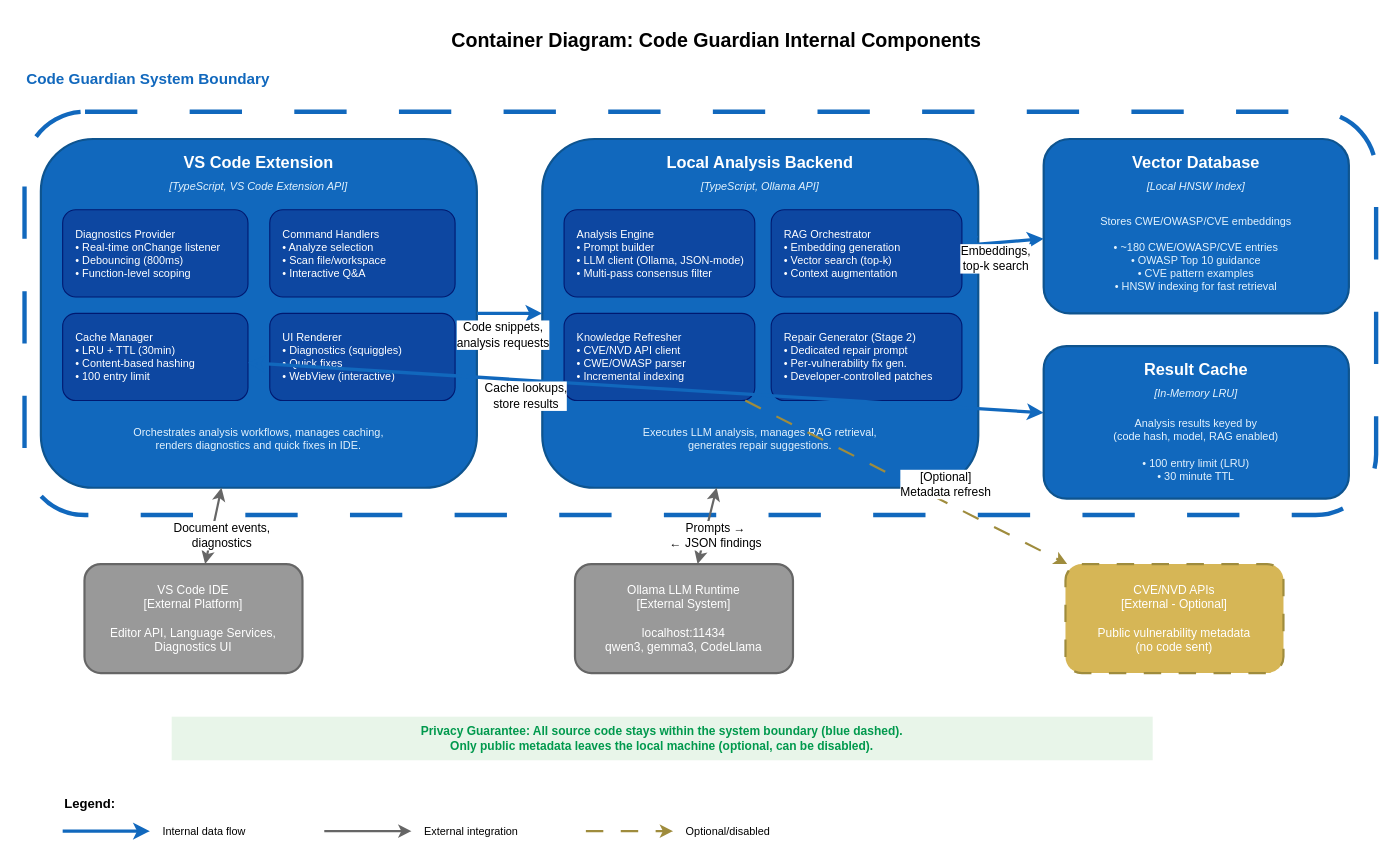
mdhafizur/tuc-master-thesis keeps this draw.io diagram as code-guardian-thesis-report/images/c4_container.drawio. Above is the earlier version. Source tidied: cells renumbered, new cells numbered last; positions are measured from the earlier drawing's top-left corner, leaving out a move shared by most shapes. Both pictures are drawn from the tidied source at 109%, with x=0, y=0 at pixel (24, 19).
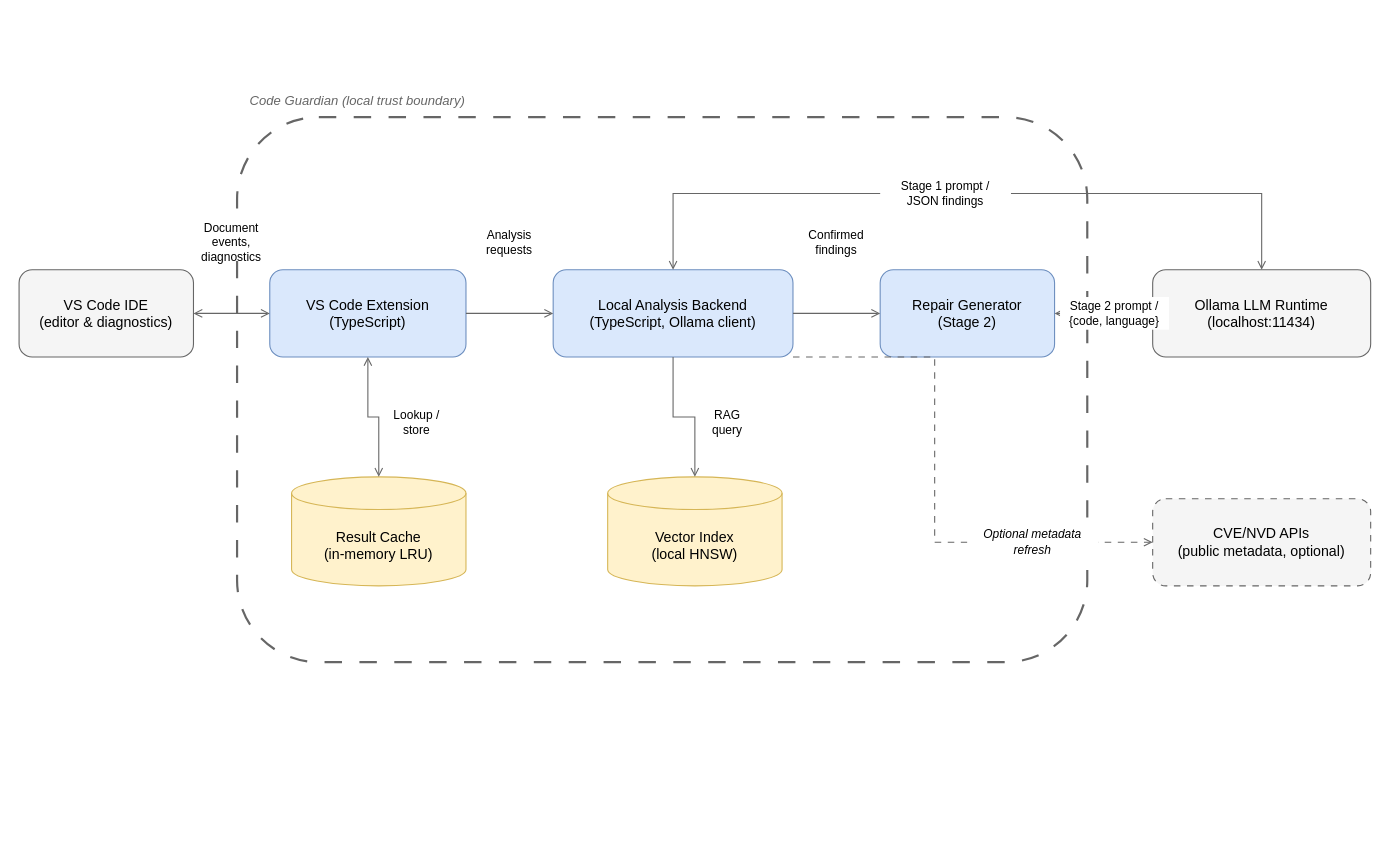
The same page after the edit.

Change to the diagram source:
```diff
@@
-    <mxCell id="2" value="Container Diagram: Code Guardian Internal Components" style="text;html=1;strokeColor=none;fillColor=none;align=center;verticalAlign=middle;whiteSpace=wrap;fontSize=18;fontStyle=1;" parent="1" vertex="1">
-      <mxGeometry x="335" width="600" height="40" as="geometry" />
-    </mxCell>
-    <mxCell id="3" style="rounded=1;whiteSpace=wrap;html=1;fillColor=none;strokeColor=#1168bd;strokeWidth=4;dashed=1;dashPattern=12 12;" parent="1" vertex="1">
-      <mxGeometry y="85" width="1240" height="370" as="geometry" />
-    </mxCell>
-    <mxCell id="4" value="Code Guardian System Boundary" style="text;html=1;strokeColor=none;fillColor=none;align=left;verticalAlign=top;whiteSpace=wrap;fontSize=14;fontStyle=1;fontColor=#1168bd;" parent="1" vertex="1">
-      <mxGeometry y="40" width="300" height="30" as="geometry" />
-    </mxCell>
-    <mxCell id="5" style="rounded=1;whiteSpace=wrap;html=1;fillColor=#1168bd;strokeColor=#0e548f;strokeWidth=2;" parent="1" vertex="1">
-      <mxGeometry x="15" y="110" width="400" height="320" as="geometry" />
-    </mxCell>
-    <mxCell id="6" value="VS Code Extension" style="text;html=1;strokeColor=none;fillColor=none;align=center;verticalAlign=middle;whiteSpace=wrap;fontSize=15;fontStyle=1;fontColor=#FFFFFF;" parent="1" vertex="1">
-      <mxGeometry x="15" y="118" width="400" height="25" as="geometry" />
-    </mxCell>
-    <mxCell id="7" value="[TypeScript, VS Code Extension API]" style="text;html=1;strokeColor=none;fillColor=none;align=center;verticalAlign=middle;whiteSpace=wrap;fontSize=10;fontStyle=2;fontColor=#E3F2FD;" parent="1" vertex="1">
-      <mxGeometry x="15" y="143" width="400" height="20" as="geometry" />
-    </mxCell>
-    <mxCell id="8" value="Diagnostics Provider&#10;• Real-time onChange listener&#10;• Debouncing (800ms)&#10;• Function-level scoping" style="rounded=1;whiteSpace=wrap;html=1;fillColor=#0d47a1;strokeColor=#001970;align=left;spacingLeft=10;fontColor=#FFFFFF;fontSize=10;" parent="1" vertex="1">
-      <mxGeometry x="35" y="175" width="170" height="80" as="geometry" />
-    </mxCell>
-    <mxCell id="9" value="Command Handlers&#10;• Analyze selection&#10;• Scan file/workspace&#10;• Interactive Q&amp;A" style="rounded=1;whiteSpace=wrap;html=1;fillColor=#0d47a1;strokeColor=#001970;align=left;spacingLeft=10;fontColor=#FFFFFF;fontSize=10;" parent="1" vertex="1">
-      <mxGeometry x="225" y="175" width="170" height="80" as="geometry" />
-    </mxCell>
-    <mxCell id="10" value="Cache Manager&#10;• LRU + TTL (30min)&#10;• Content-based hashing&#10;• 100 entry limit" style="rounded=1;whiteSpace=wrap;html=1;fillColor=#0d47a1;strokeColor=#001970;align=left;spacingLeft=10;fontColor=#FFFFFF;fontSize=10;" parent="1" vertex="1">
-      <mxGeometry x="35" y="270" width="170" height="80" as="geometry" />
-    </mxCell>
-    <mxCell id="11" value="UI Renderer&#10;• Diagnostics (squiggles)&#10;• Quick fixes&#10;• WebView (interactive)" style="rounded=1;whiteSpace=wrap;html=1;fillColor=#0d47a1;strokeColor=#001970;align=left;spacingLeft=10;fontColor=#FFFFFF;fontSize=10;" parent="1" vertex="1">
-      <mxGeometry x="225" y="270" width="170" height="80" as="geometry" />
-    </mxCell>
-    <mxCell id="12" value="Orchestrates analysis workflows, manages caching,&#10;renders diagnostics and quick fixes in IDE." style="text;html=1;strokeColor=none;fillColor=none;align=center;verticalAlign=middle;whiteSpace=wrap;fontSize=10;fontColor=#E3F2FD;" parent="1" vertex="1">
-      <mxGeometry x="25" y="365" width="380" height="40" as="geometry" />
-    </mxCell>
-    <mxCell id="13" style="rounded=1;whiteSpace=wrap;html=1;fillColor=#1168bd;strokeColor=#0e548f;strokeWidth=2;" parent="1" vertex="1">
-      <mxGeometry x="475" y="110" width="400" height="320" as="geometry" />
-    </mxCell>
-    <mxCell id="14" value="Local Analysis Backend" style="text;html=1;strokeColor=none;fillColor=none;align=center;verticalAlign=middle;whiteSpace=wrap;fontSize=15;fontStyle=1;fontColor=#FFFFFF;" parent="1" vertex="1">
-      <mxGeometry x="475" y="118" width="400" height="25" as="geometry" />
-    </mxCell>
-    <mxCell id="15" value="[TypeScript, Ollama API]" style="text;html=1;strokeColor=none;fillColor=none;align=center;verticalAlign=middle;whiteSpace=wrap;fontSize=10;fontStyle=2;fontColor=#E3F2FD;" parent="1" vertex="1">
-      <mxGeometry x="475" y="143" width="400" height="20" as="geometry" />
-    </mxCell>
-    <mxCell id="16" value="Analysis Engine&#10;• Prompt builder&#10;• LLM client (Ollama, JSON-mode)&#10;• Multi-pass consensus filter" style="rounded=1;whiteSpace=wrap;html=1;fillColor=#0d47a1;strokeColor=#001970;align=left;spacingLeft=10;fontColor=#FFFFFF;fontSize=10;" parent="1" vertex="1">
-      <mxGeometry x="495" y="175" width="175" height="80" as="geometry" />
-    </mxCell>
-    <mxCell id="17" value="RAG Orchestrator&#10;• Embedding generation&#10;• Vector search (top-k)&#10;• Context augmentation" style="rounded=1;whiteSpace=wrap;html=1;fillColor=#0d47a1;strokeColor=#001970;align=left;spacingLeft=10;fontColor=#FFFFFF;fontSize=10;" parent="1" vertex="1">
-      <mxGeometry x="685" y="175" width="175" height="80" as="geometry" />
-    </mxCell>
-    <mxCell id="18" value="Knowledge Refresher&#10;• CVE/NVD API client&#10;• CWE/OWASP parser&#10;• Incremental indexing" style="rounded=1;whiteSpace=wrap;html=1;fillColor=#0d47a1;strokeColor=#001970;align=left;spacingLeft=10;fontColor=#FFFFFF;fontSize=10;" parent="1" vertex="1">
-      <mxGeometry x="495" y="270" width="175" height="80" as="geometry" />
-    </mxCell>
-    <mxCell id="19" value="Repair Generator (Stage 2)&#10;• Dedicated repair prompt&#10;• Per-vulnerability fix gen.&#10;• Developer-controlled patches" style="rounded=1;whiteSpace=wrap;html=1;fillColor=#0d47a1;strokeColor=#001970;align=left;spacingLeft=10;fontColor=#FFFFFF;fontSize=10;" parent="1" vertex="1">
-      <mxGeometry x="685" y="270" width="175" height="80" as="geometry" />
-    </mxCell>
-    <mxCell id="20" value="Executes LLM analysis, manages RAG retrieval,&#10;generates repair suggestions." style="text;html=1;strokeColor=none;fillColor=none;align=center;verticalAlign=middle;whiteSpace=wrap;fontSize=10;fontColor=#E3F2FD;" parent="1" vertex="1">
-      <mxGeometry x="485" y="365" width="380" height="40" as="geometry" />
-    </mxCell>
-    <mxCell id="21" style="rounded=1;whiteSpace=wrap;html=1;fillColor=#1168bd;strokeColor=#0e548f;strokeWidth=2;" parent="1" vertex="1">
-      <mxGeometry x="935" y="110" width="280" height="160" as="geometry" />
-    </mxCell>
-    <mxCell id="22" value="Vector Database" style="text;html=1;strokeColor=none;fillColor=none;align=center;verticalAlign=middle;whiteSpace=wrap;fontSize=15;fontStyle=1;fontColor=#FFFFFF;" parent="1" vertex="1">
-      <mxGeometry x="935" y="118" width="280" height="25" as="geometry" />
-    </mxCell>
-    <mxCell id="23" value="[Local HNSW Index]" style="text;html=1;strokeColor=none;fillColor=none;align=center;verticalAlign=middle;whiteSpace=wrap;fontSize=10;fontStyle=2;fontColor=#E3F2FD;" parent="1" vertex="1">
-      <mxGeometry x="935" y="143" width="280" height="20" as="geometry" />
-    </mxCell>
-    <mxCell id="24" value="Stores CWE/OWASP/CVE embeddings&#10;&#10;• ~180 CWE/OWASP/CVE entries&#10;• OWASP Top 10 guidance&#10;• CVE pattern examples&#10;• HNSW indexing for fast retrieval" style="text;html=1;strokeColor=none;fillColor=none;align=center;verticalAlign=middle;whiteSpace=wrap;fontSize=10;fontColor=#E3F2FD;" parent="1" vertex="1">
-      <mxGeometry x="945" y="170" width="260" height="90" as="geometry" />
-    </mxCell>
-    <mxCell id="25" style="rounded=1;whiteSpace=wrap;html=1;fillColor=#1168bd;strokeColor=#0e548f;strokeWidth=2;" parent="1" vertex="1">
-      <mxGeometry x="935" y="300" width="280" height="140" as="geometry" />
-    </mxCell>
-    <mxCell id="26" value="Result Cache" style="text;html=1;strokeColor=none;fillColor=none;align=center;verticalAlign=middle;whiteSpace=wrap;fontSize=15;fontStyle=1;fontColor=#FFFFFF;" parent="1" vertex="1">
-      <mxGeometry x="935" y="308" width="280" height="25" as="geometry" />
-    </mxCell>
-    <mxCell id="27" value="[In-Memory LRU]" style="text;html=1;strokeColor=none;fillColor=none;align=center;verticalAlign=middle;whiteSpace=wrap;fontSize=10;fontStyle=2;fontColor=#E3F2FD;" parent="1" vertex="1">
-      <mxGeometry x="935" y="333" width="280" height="20" as="geometry" />
-    </mxCell>
-    <mxCell id="28" value="Analysis results keyed by&#10;(code hash, model, RAG enabled)&#10;&#10;• 100 entry limit (LRU)&#10;• 30 minute TTL" style="text;html=1;strokeColor=none;fillColor=none;align=center;verticalAlign=middle;whiteSpace=wrap;fontSize=10;fontColor=#E3F2FD;" parent="1" vertex="1">
-      <mxGeometry x="945" y="360" width="260" height="70" as="geometry" />
-    </mxCell>
-    <mxCell id="29" value="VS Code IDE&#10;[External Platform]&#10;&#10;Editor API, Language Services,&#10;Diagnostics UI" style="rounded=1;whiteSpace=wrap;html=1;fillColor=#999999;strokeColor=#666666;strokeWidth=2;fontColor=#FFFFFF;fontSize=11;" parent="1" vertex="1">
-      <mxGeometry x="55" y="500" width="200" height="100" as="geometry" />
-    </mxCell>
-    <mxCell id="30" value="Ollama LLM Runtime&#10;[External System]&#10;&#10;localhost:11434&#10;qwen3, gemma3, CodeLlama" style="rounded=1;whiteSpace=wrap;html=1;fillColor=#999999;strokeColor=#666666;strokeWidth=2;fontColor=#FFFFFF;fontSize=11;" parent="1" vertex="1">
-      <mxGeometry x="505" y="500" width="200" height="100" as="geometry" />
-    </mxCell>
-    <mxCell id="31" value="CVE/NVD APIs&#10;[External - Optional]&#10;&#10;Public vulnerability metadata&#10;(no code sent)" style="rounded=1;whiteSpace=wrap;html=1;fillColor=#d6b656;strokeColor=#9f8c3d;strokeWidth=2;dashed=1;dashPattern=8 8;fontColor=#FFFFFF;fontSize=11;" parent="1" vertex="1">
-      <mxGeometry x="955" y="500" width="200" height="100" as="geometry" />
-    </mxCell>
+    <mxCell id="46" style="rounded=1;whiteSpace=wrap;html=1;fillColor=none;strokeColor=#666666;strokeWidth=2;dashed=1;dashPattern=8 8;" parent="1" vertex="1">
+      <mxGeometry x="195" y="90" width="780" height="500" as="geometry" />
+    </mxCell>
+    <mxCell id="47" value="Code Guardian (local trust boundary)" style="text;html=1;strokeColor=none;fillColor=none;align=left;verticalAlign=middle;whiteSpace=wrap;fontSize=12;fontStyle=2;fontColor=#666666;" parent="1" vertex="1">
+      <mxGeometry x="205" y="65" width="320" height="20" as="geometry" />
+    </mxCell>
+    <mxCell id="48" value="VS Code Extension&#10;(TypeScript)" style="rounded=1;whiteSpace=wrap;html=1;fillColor=#dae8fc;strokeColor=#6c8ebf;strokeWidth=1;fontSize=13;" parent="1" vertex="1">
+      <mxGeometry x="225" y="230" width="180" height="80" as="geometry" />
+    </mxCell>
+    <mxCell id="49" value="Local Analysis Backend&#10;(TypeScript, Ollama client)" style="rounded=1;whiteSpace=wrap;html=1;fillColor=#dae8fc;strokeColor=#6c8ebf;strokeWidth=1;fontSize=13;" parent="1" vertex="1">
+      <mxGeometry x="485" y="230" width="220" height="80" as="geometry" />
+    </mxCell>
+    <mxCell id="50" value="Repair Generator&#10;(Stage 2)" style="rounded=1;whiteSpace=wrap;html=1;fillColor=#dae8fc;strokeColor=#6c8ebf;strokeWidth=1;fontSize=13;" parent="1" vertex="1">
+      <mxGeometry x="785" y="230" width="160" height="80" as="geometry" />
+    </mxCell>
+    <mxCell id="51" value="Result Cache&#10;(in-memory LRU)" style="shape=cylinder3;whiteSpace=wrap;html=1;boundedLbl=1;backgroundOutline=1;size=15;fillColor=#fff2cc;strokeColor=#d6b656;fontSize=13;" parent="1" vertex="1">
+      <mxGeometry x="245" y="420" width="160" height="100" as="geometry" />
+    </mxCell>
+    <mxCell id="52" value="Vector Index&#10;(local HNSW)" style="shape=cylinder3;whiteSpace=wrap;html=1;boundedLbl=1;backgroundOutline=1;size=15;fillColor=#fff2cc;strokeColor=#d6b656;fontSize=13;" parent="1" vertex="1">
+      <mxGeometry x="535" y="420" width="160" height="100" as="geometry" />
+    </mxCell>
+    <mxCell id="53" value="VS Code IDE&#10;(editor &amp; diagnostics)" style="rounded=1;whiteSpace=wrap;html=1;fillColor=#f5f5f5;strokeColor=#666666;strokeWidth=1;fontSize=13;" parent="1" vertex="1">
+      <mxGeometry x="-5" y="230" width="160" height="80" as="geometry" />
+    </mxCell>
+    <mxCell id="54" value="Ollama LLM Runtime&#10;(localhost:11434)" style="rounded=1;whiteSpace=wrap;html=1;fillColor=#f5f5f5;strokeColor=#666666;strokeWidth=1;fontSize=13;" parent="1" vertex="1">
+      <mxGeometry x="1035" y="230" width="200" height="80" as="geometry" />
+    </mxCell>
+    <mxCell id="55" value="CVE/NVD APIs&#10;(public metadata, optional)" style="rounded=1;whiteSpace=wrap;html=1;fillColor=#f5f5f5;strokeColor=#666666;strokeWidth=1;dashed=1;dashPattern=6 6;fontSize=13;" parent="1" vertex="1">
+      <mxGeometry x="1035" y="440" width="200" height="80" as="geometry" />
+    </mxCell>
+    <mxCell id="56" style="endArrow=open;startArrow=open;html=1;edgeStyle=orthogonalEdgeStyle;rounded=0;exitX=1;exitY=0.5;entryX=0;entryY=0.5;strokeWidth=1;strokeColor=#666666;fontSize=12;labelBackgroundColor=#FFFFFF;" parent="1" edge="1" source="53" target="48">
+      <mxGeometry relative="1" as="geometry" />
+    </mxCell>
-    <mxCell id="32" value="Document events,&#10;diagnostics" style="endArrow=classic;html=1;strokeWidth=2;strokeColor=#666666;startArrow=classic;startFill=1;" parent="1" edge="1" source="5" target="29">
-      <mxGeometry x="0.2" y="10" relative="1" as="geometry" />
+    <mxCell id="32" value="Document events,&#10;diagnostics" style="text;html=1;strokeColor=none;fillColor=#FFFFFF;align=center;verticalAlign=middle;whiteSpace=wrap;fontSize=11;" parent="1" vertex="1">
+      <mxGeometry x="160" y="190" width="60" height="30" as="geometry" />
     </mxCell>
-    <mxCell id="33" value="Code snippets,&#10;analysis requests" style="endArrow=classic;html=1;strokeWidth=3;strokeColor=#1168bd;" parent="1" edge="1" source="5" target="13">
-      <mxGeometry x="-0.2" y="-20" relative="1" as="geometry" />
-    </mxCell>
-    <mxCell id="34" value="Prompts →&#10;← JSON findings" style="endArrow=classic;html=1;strokeWidth=2;strokeColor=#666666;startArrow=classic;startFill=1;" parent="1" edge="1" source="13" target="30">
-      <mxGeometry x="0.2" y="10" relative="1" as="geometry" />
-    </mxCell>
-    <mxCell id="35" value="Embeddings,&#10;top-k search" style="endArrow=classic;html=1;strokeWidth=3;strokeColor=#1168bd;startArrow=classic;startFill=1;" parent="1" edge="1" source="17" target="21">
-      <mxGeometry x="-0.2" y="-15" relative="1" as="geometry" />
-    </mxCell>
-    <mxCell id="36" value="Cache lookups,&#10;store results" style="endArrow=classic;html=1;strokeWidth=3;strokeColor=#1168bd;startArrow=classic;startFill=1;" parent="1" edge="1" source="10" target="25">
-      <mxGeometry x="-0.3" y="-15" relative="1" as="geometry" />
-    </mxCell>
-    <mxCell id="37" value="[Optional]&#10;Metadata refresh" style="endArrow=classic;html=1;strokeWidth=2;strokeColor=#9f8c3d;dashed=1;dashPattern=8 8;" parent="1" edge="1" source="18" target="31">
-      <mxGeometry x="0.2" y="15" relative="1" as="geometry" />
-    </mxCell>
-    <mxCell id="38" value="Privacy Guarantee: All source code stays within the system boundary (blue dashed).&#10;Only public metadata leaves the local machine (optional, can be disabled)." style="text;html=1;strokeColor=none;fillColor=#e8f5e9;align=center;verticalAlign=middle;whiteSpace=wrap;fontSize=11;fontStyle=1;fontColor=#00994d;" parent="1" vertex="1">
-      <mxGeometry x="135" y="640" width="900" height="40" as="geometry" />
-    </mxCell>
-    <mxCell id="39" value="Legend:" style="text;html=1;strokeColor=none;fillColor=none;align=left;verticalAlign=middle;whiteSpace=wrap;fontSize=12;fontStyle=1;" parent="1" vertex="1">
-      <mxGeometry x="35" y="710" width="60" height="20" as="geometry" />
-    </mxCell>
-    <mxCell id="40" style="endArrow=classic;html=1;strokeWidth=3;strokeColor=#1168bd;" parent="1" edge="1">
-      <mxGeometry relative="1" as="geometry">
-        <mxPoint x="35" y="745" as="sourcePoint" />
-        <mxPoint x="115" y="745" as="targetPoint" />
-      </mxGeometry>
-    </mxCell>
-    <mxCell id="41" value="Internal data flow" style="text;html=1;strokeColor=none;fillColor=none;align=left;verticalAlign=middle;whiteSpace=wrap;fontSize=10;" parent="1" vertex="1">
-      <mxGeometry x="125" y="735" width="120" height="20" as="geometry" />
-    </mxCell>
-    <mxCell id="42" style="endArrow=classic;html=1;strokeWidth=2;strokeColor=#666666;" parent="1" edge="1">
-      <mxGeometry relative="1" as="geometry">
-        <mxPoint x="275" y="745" as="sourcePoint" />
-        <mxPoint x="355" y="745" as="targetPoint" />
-      </mxGeometry>
-    </mxCell>
-    <mxCell id="43" value="External integration" style="text;html=1;strokeColor=none;fillColor=none;align=left;verticalAlign=middle;whiteSpace=wrap;fontSize=10;" parent="1" vertex="1">
-      <mxGeometry x="365" y="735" width="120" height="20" as="geometry" />
-    </mxCell>
-    <mxCell id="44" style="endArrow=classic;html=1;strokeWidth=2;strokeColor=#9f8c3d;dashed=1;dashPattern=8 8;" parent="1" edge="1">
-      <mxGeometry relative="1" as="geometry">
-        <mxPoint x="515" y="745" as="sourcePoint" />
-        <mxPoint x="595" y="745" as="targetPoint" />
-      </mxGeometry>
-    </mxCell>
-    <mxCell id="45" value="Optional/disabled" style="text;html=1;strokeColor=none;fillColor=none;align=left;verticalAlign=middle;whiteSpace=wrap;fontSize=10;" parent="1" vertex="1">
-      <mxGeometry x="605" y="735" width="110" height="20" as="geometry" />
-    </mxCell>
+    <mxCell id="57" style="endArrow=open;html=1;edgeStyle=orthogonalEdgeStyle;rounded=0;exitX=1;exitY=0.5;entryX=0;entryY=0.5;strokeWidth=1;strokeColor=#666666;fontSize=12;labelBackgroundColor=#FFFFFF;" parent="1" edge="1" source="48" target="49">
+      <mxGeometry relative="1" as="geometry" />
+    </mxCell>
+    <mxCell id="58" value="Analysis&#10;requests" style="text;html=1;strokeColor=none;fillColor=#FFFFFF;align=center;verticalAlign=middle;whiteSpace=wrap;fontSize=11;" parent="1" vertex="1">
+      <mxGeometry x="410" y="190" width="70" height="30" as="geometry" />
+    </mxCell>
+    <mxCell id="59" style="endArrow=open;html=1;edgeStyle=orthogonalEdgeStyle;rounded=0;exitX=1;exitY=0.5;entryX=0;entryY=0.5;strokeWidth=1;strokeColor=#666666;fontSize=12;labelBackgroundColor=#FFFFFF;" parent="1" edge="1" source="49" target="50">
+      <mxGeometry relative="1" as="geometry" />
+    </mxCell>
+    <mxCell id="60" value="Confirmed&#10;findings" style="text;html=1;strokeColor=none;fillColor=#FFFFFF;align=center;verticalAlign=middle;whiteSpace=wrap;fontSize=11;" parent="1" vertex="1">
+      <mxGeometry x="710" y="190" width="70" height="30" as="geometry" />
+    </mxCell>
+    <mxCell id="61" style="endArrow=open;startArrow=open;html=1;edgeStyle=orthogonalEdgeStyle;rounded=0;exitX=0.5;exitY=0;entryX=0.5;entryY=0;strokeWidth=1;strokeColor=#666666;fontSize=12;labelBackgroundColor=#FFFFFF;" parent="1" edge="1" source="49" target="54">
+      <mxGeometry relative="1" as="geometry">
+        <Array as="points">
+          <mxPoint x="595" y="160" />
+          <mxPoint x="1135" y="160" />
+        </Array>
+      </mxGeometry>
+    </mxCell>
+    <mxCell id="62" value="Stage 1 prompt /&#10;JSON findings" style="text;html=1;strokeColor=none;fillColor=#FFFFFF;align=center;verticalAlign=middle;whiteSpace=wrap;fontSize=11;" parent="1" vertex="1">
+      <mxGeometry x="785" y="145" width="120" height="30" as="geometry" />
+    </mxCell>
+    <mxCell id="63" style="endArrow=open;startArrow=open;html=1;edgeStyle=orthogonalEdgeStyle;rounded=0;exitX=1;exitY=0.5;entryX=0;entryY=0.5;strokeWidth=1;strokeColor=#666666;fontSize=12;labelBackgroundColor=#FFFFFF;" parent="1" edge="1" source="50" target="54">
+      <mxGeometry relative="1" as="geometry" />
+    </mxCell>
+    <mxCell id="64" value="Stage 2 prompt /&#10;{code, language}" style="text;html=1;strokeColor=none;fillColor=#FFFFFF;align=center;verticalAlign=middle;whiteSpace=wrap;fontSize=11;" parent="1" vertex="1">
+      <mxGeometry x="950" y="255" width="100" height="30" as="geometry" />
+    </mxCell>
+    <mxCell id="65" style="endArrow=open;startArrow=open;html=1;edgeStyle=orthogonalEdgeStyle;rounded=0;exitX=0.5;exitY=1;entryX=0.5;entryY=0;strokeWidth=1;strokeColor=#666666;fontSize=12;labelBackgroundColor=#FFFFFF;" parent="1" edge="1" source="48" target="51">
+      <mxGeometry relative="1" as="geometry" />
+    </mxCell>
+    <mxCell id="66" value="Lookup /&#10;store" style="text;html=1;strokeColor=none;fillColor=#FFFFFF;align=center;verticalAlign=middle;whiteSpace=wrap;fontSize=11;" parent="1" vertex="1">
+      <mxGeometry x="330" y="355" width="60" height="30" as="geometry" />
+    </mxCell>
+    <mxCell id="67" style="endArrow=open;html=1;edgeStyle=orthogonalEdgeStyle;rounded=0;exitX=0.5;exitY=1;entryX=0.5;entryY=0;strokeWidth=1;strokeColor=#666666;fontSize=12;labelBackgroundColor=#FFFFFF;" parent="1" edge="1" source="49" target="52">
+      <mxGeometry relative="1" as="geometry" />
+    </mxCell>
+    <mxCell id="68" value="RAG&#10;query" style="text;html=1;strokeColor=none;fillColor=#FFFFFF;align=center;verticalAlign=middle;whiteSpace=wrap;fontSize=11;" parent="1" vertex="1">
+      <mxGeometry x="620" y="355" width="50" height="30" as="geometry" />
+    </mxCell>
+    <mxCell id="69" style="endArrow=open;html=1;edgeStyle=orthogonalEdgeStyle;rounded=0;exitX=1;exitY=1;entryX=0;entryY=0.5;strokeWidth=1;strokeColor=#666666;dashed=1;dashPattern=6 6;fontSize=12;labelBackgroundColor=#FFFFFF;" parent="1" edge="1" source="49" target="55">
+      <mxGeometry relative="1" as="geometry">
+        <Array as="points">
+          <mxPoint x="835" y="480" />
+        </Array>
+      </mxGeometry>
+    </mxCell>
+    <mxCell id="70" value="Optional metadata&#10;refresh" style="text;html=1;strokeColor=none;fillColor=#FFFFFF;align=center;verticalAlign=middle;whiteSpace=wrap;fontSize=11;fontStyle=2;" parent="1" vertex="1">
+      <mxGeometry x="865" y="465" width="120" height="30" as="geometry" />
+    </mxCell>
```
